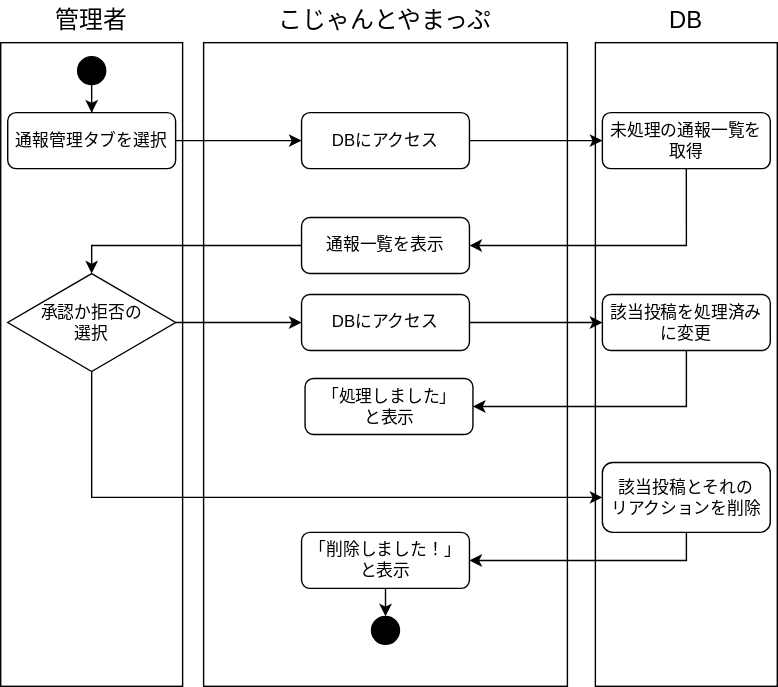
Above: figures/report.svg in KUT-Group12/external-design (draw.io), before the change. Source tidied: cells renumbered, new cells last; positions are measured from the earlier drawing's top-left corner, leaving out a move shared by most shapes.
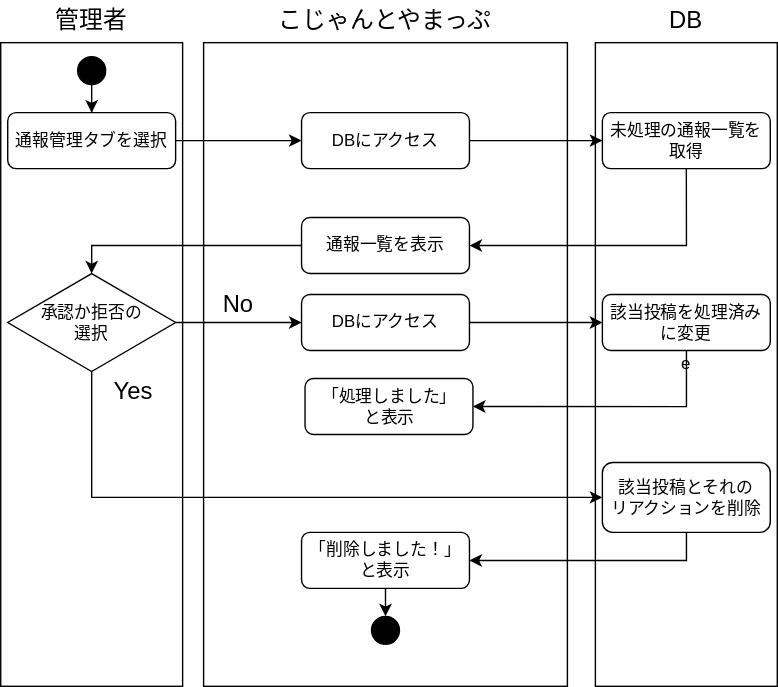
Above is the later version.

What changed in the source:
```diff
@@ -2,7 +2,7 @@
   <root>
     <mxCell id="0" />
     <mxCell id="1" parent="0" />
-    <mxCell id="2" style="rounded=0;whiteSpace=wrap;html=1;" parent="1" vertex="1">
+    <mxCell id="2" value="e" style="rounded=0;whiteSpace=wrap;html=1;" parent="1" vertex="1">
       <mxGeometry x="425" y="30" width="130" height="460" as="geometry" />
     </mxCell>
     <mxCell id="3" style="rounded=0;whiteSpace=wrap;html=1;" parent="1" vertex="1">
@@ -102,5 +102,11 @@
     <mxCell id="30" value="「処理しました」&lt;div&gt;と表示&lt;/div&gt;" style="rounded=1;whiteSpace=wrap;html=1;" parent="1" vertex="1">
       <mxGeometry x="217.5" y="270" width="120" height="40" as="geometry" />
     </mxCell>
+    <mxCell id="31" value="No" style="text;html=1;whiteSpace=wrap;strokeColor=none;fillColor=none;align=center;verticalAlign=middle;rounded=0;fontSize=17;" parent="1" vertex="1">
+      <mxGeometry x="140" y="203" width="60" height="30" as="geometry" />
+    </mxCell>
+    <mxCell id="32" value="Yes" style="text;html=1;whiteSpace=wrap;strokeColor=none;fillColor=none;align=center;verticalAlign=middle;rounded=0;fontSize=17;" parent="1" vertex="1">
+      <mxGeometry x="65" y="265" width="60" height="30" as="geometry" />
+    </mxCell>
   </root>
 </mxGraphModel>
```
